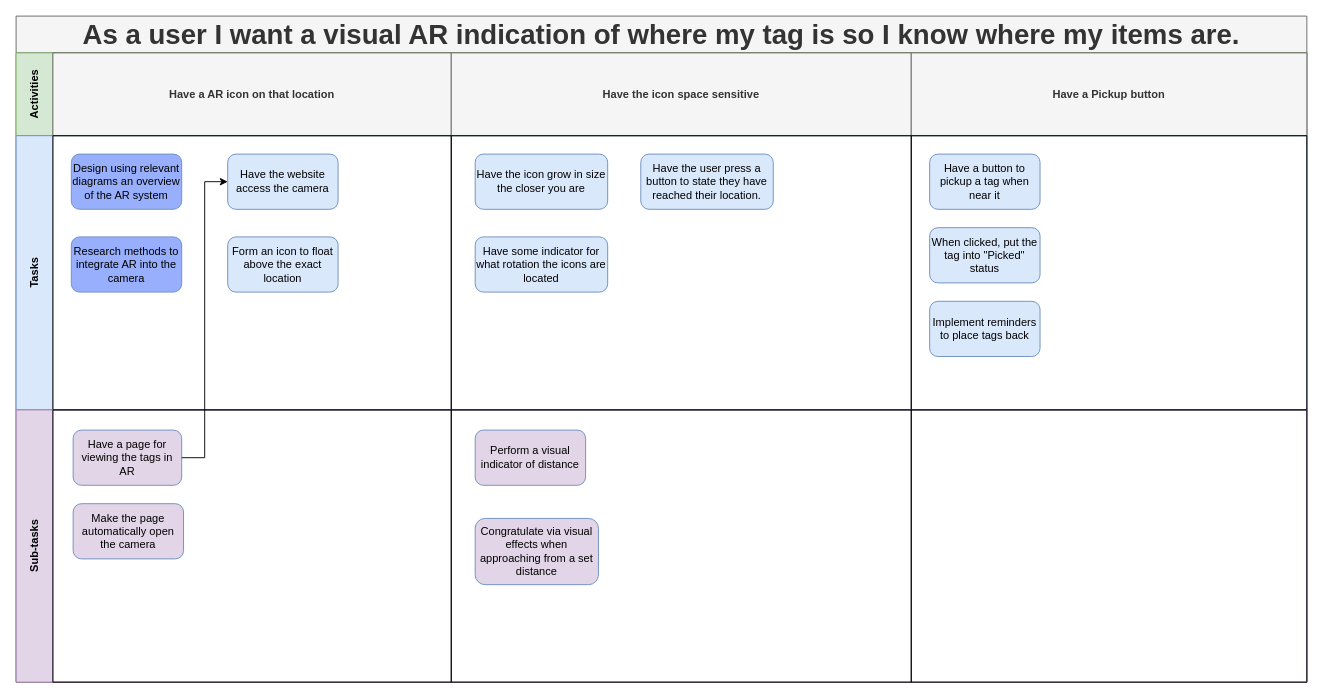
This is Documentation/Project Diagrams/Story Maps/AR Theme.drawio from ickeyben123/AR, a draw.io file, before an edit. Source tidied: cells renumbered, new cells numbered last; positions are measured from the earlier drawing's top-left corner, leaving out a move shared by most shapes. Both pictures are drawn from the tidied source at 92%, with x=0, y=0 at pixel (16, 16).
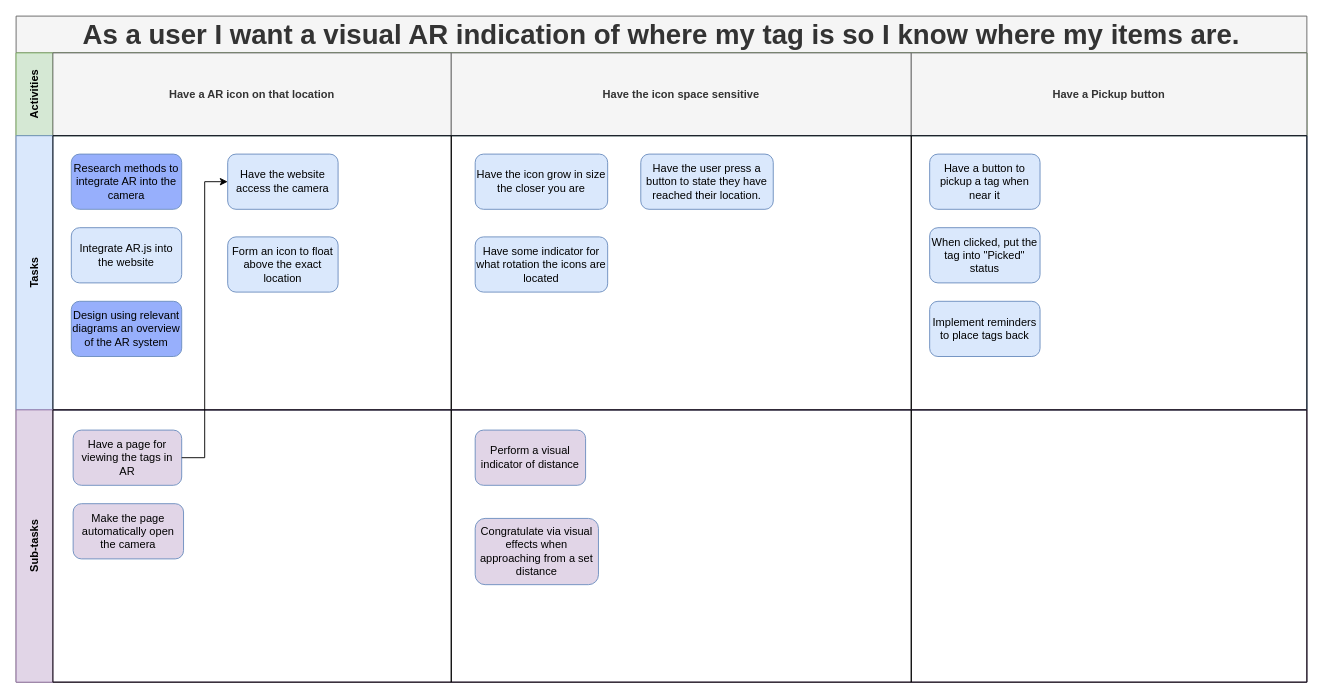
Above is the later version.

The change refers to these unchanged cells:
```xml
<mxCell id="8" style="swimlane;startSize=0;html=1;whiteSpace=wrap;" parent="7" vertex="1">
  <mxGeometry x="40" width="433" height="298" as="geometry" />
</mxCell>
```

Diff of the diagram source:
```diff
@@
     <mxCell id="11" value="Design using relevant diagrams an overview of the AR system" style="rounded=1;whiteSpace=wrap;html=1;strokeWidth=1;fillColor=#97AFFC;strokeColor=#6c8ebf;" parent="8" vertex="1">
-      <mxGeometry x="20" y="20" width="120" height="60" as="geometry" />
+      <mxGeometry x="20" y="180" width="120" height="60" as="geometry" />
     </mxCell>
     <mxCell id="12" value="Research methods to integrate AR into the camera" style="rounded=1;whiteSpace=wrap;html=1;strokeWidth=1;fillColor=#97AFFC;strokeColor=#6c8ebf;" parent="8" vertex="1">
-      <mxGeometry x="20" y="110" width="120" height="60" as="geometry" />
+      <mxGeometry x="20" y="20" width="120" height="60" as="geometry" />
     </mxCell>
+    <mxCell id="31" value="Integrate AR.js into the website" style="rounded=1;whiteSpace=wrap;html=1;strokeWidth=1;fillColor=#dae8fc;strokeColor=#6c8ebf;" parent="8" vertex="1">
+      <mxGeometry x="20" y="100" width="120" height="60" as="geometry" />
+    </mxCell>
```
